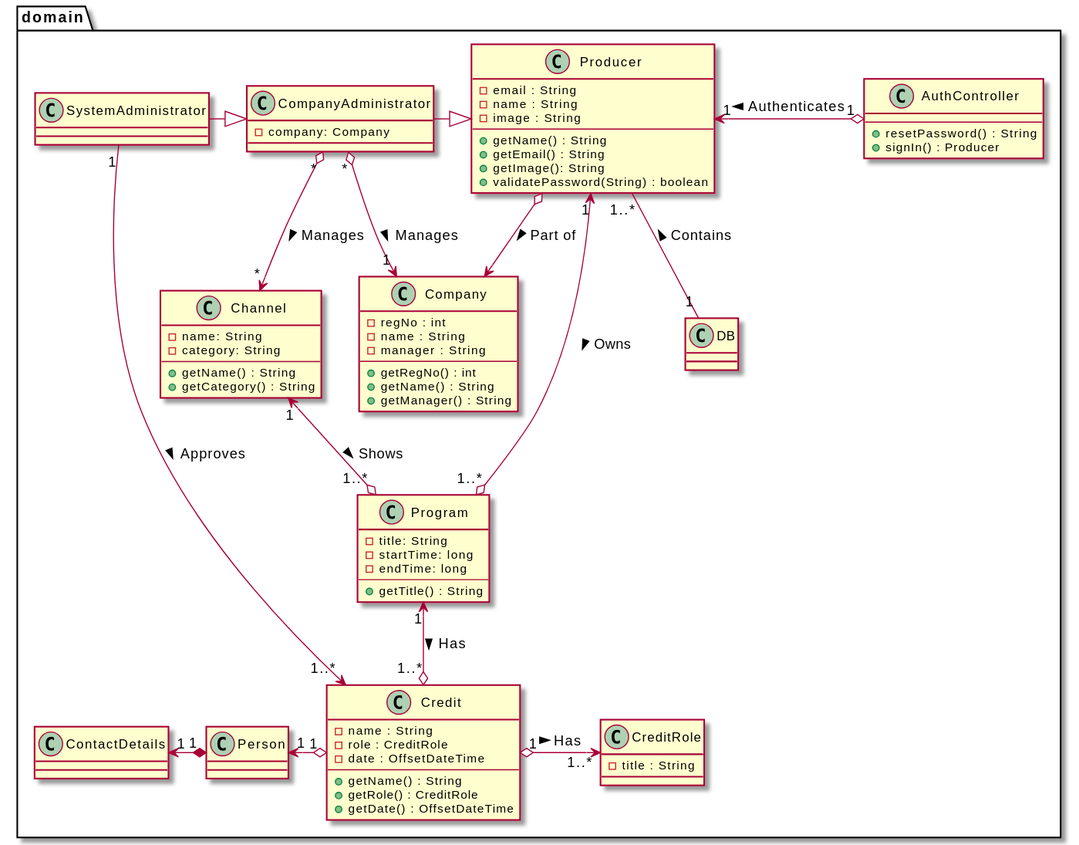
This is uml/class_diagrams/domain_model/domain_model_extended.svg from amatzen/SE02-SE-G02-SPRO, a PlantUML export, as it was before one commit.
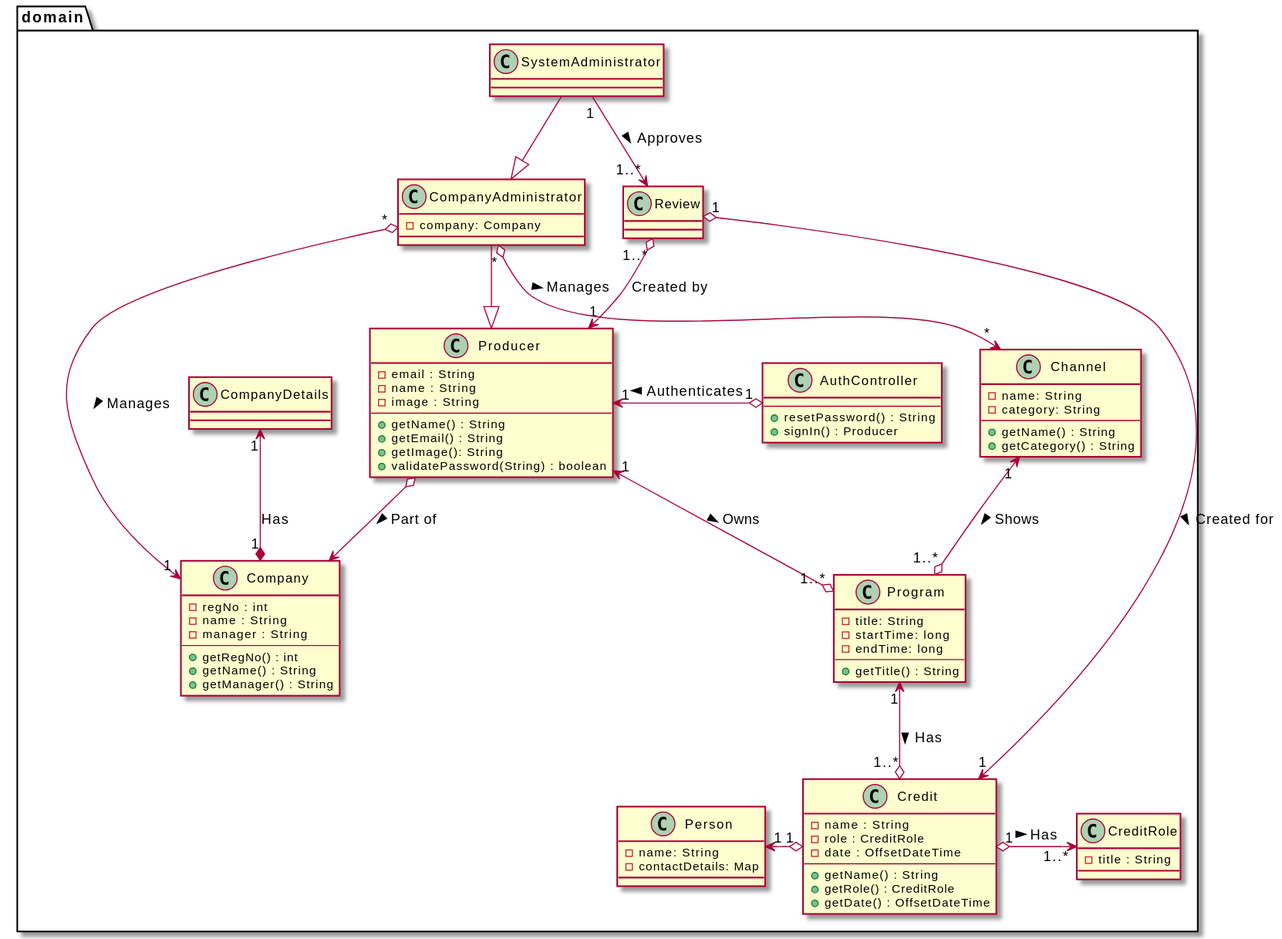
The same diagram one commit later.

Diff of the diagram source:
```diff
@@ -49,6 +49,8 @@
         - title : String
     }
 
+    class Review {
+    }
 
     class Credit {
         - name : String
@@ -66,17 +68,19 @@
         + signIn() : Producer
     }
 
-    class DB {
+    class Person {
+        -name: String
+        -contactDetails: Map
     }
 
-    class Person {
-    }
+    class CompanyDetails {
 
-    class ContactDetails {
     }
 }
 
-SystemAdministrator "1" --> "1..*" Credit : "Approves >"
+SystemAdministrator "1" --> "1..*" Review : "Approves >"
+Review "1..*" o--> "1" Producer : "Created by"
+Review "1" o--> "1" Credit : "Created for >"
 SystemAdministrator -|> CompanyAdministrator
 
 CompanyAdministrator -|> Producer
@@ -86,7 +90,8 @@
 Producer "1" <--o "1..*" Program : "Owns >"
 Producer "1" <-o "1" AuthController : "Authenticates <"
 Producer o--> Company : "Part of >"
-Producer "1..*" -- "1" DB : "Contains <"
+
+CompanyDetails "1" <--* "1" Company : Has
 
 Channel "1" <--o "1..*" Program : "Shows >"
 
@@ -95,6 +100,5 @@
 Program "1" <--o "1..*" Credit : "Has >"
 
 Person "1" <-o "1" Credit
-ContactDetails "1" <-* "1" Person
 
 @enduml
```
